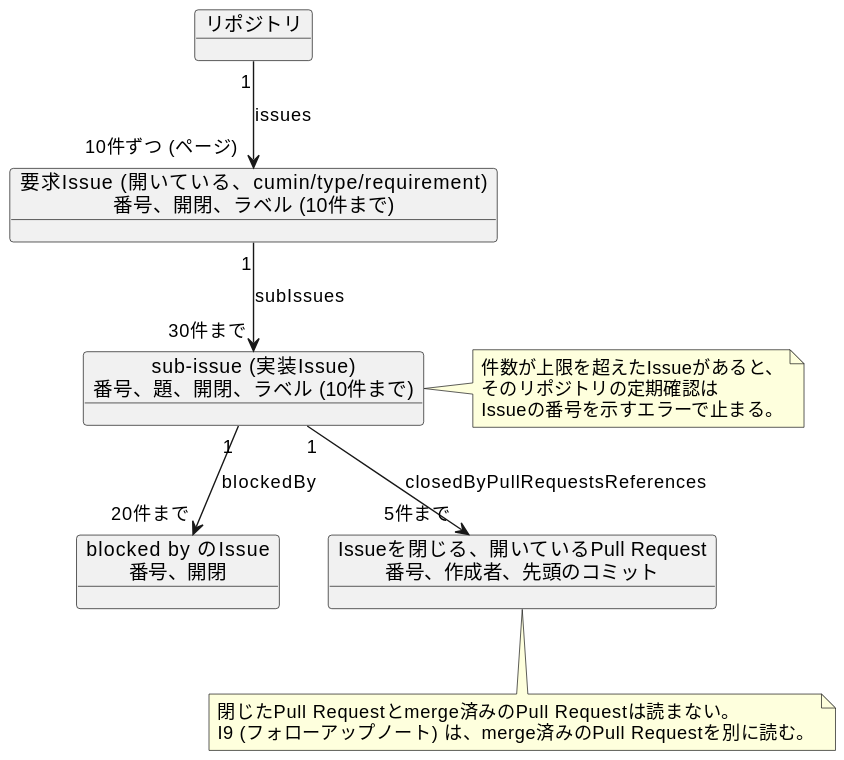
Earlier version of the PlantUML export docs/ja/designs/poll-snapshot.svg (cloveclovedev/cumin-works).
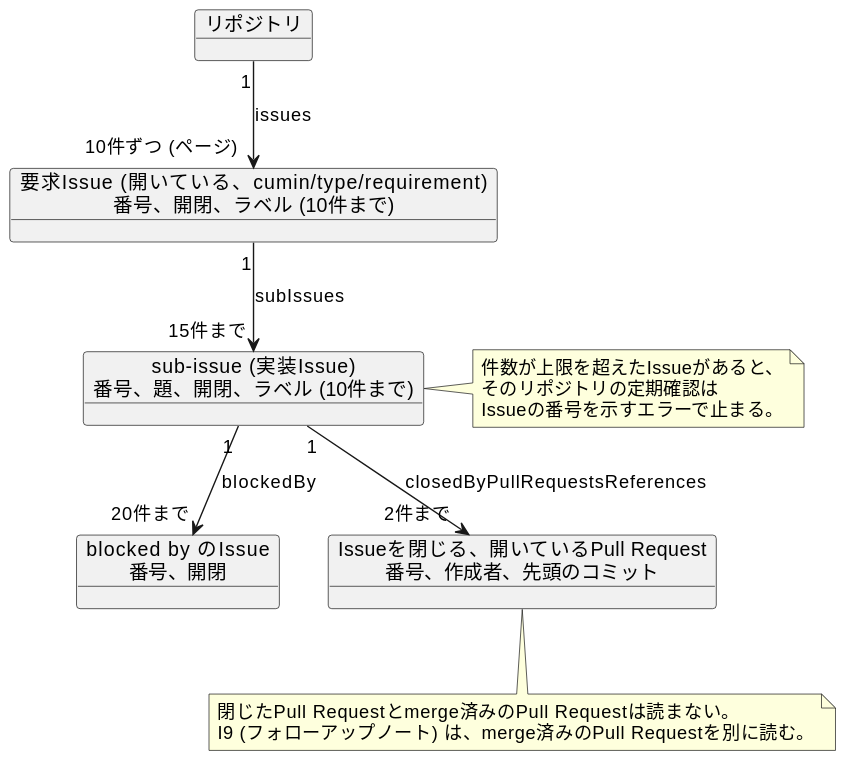
The same diagram one commit later.

Diff of the diagram source:
```diff
@@ -9,9 +9,9 @@
 object "Issueを閉じる、開いているPull Request\n番号、作成者、先頭のコミット" as pr
 
 repo "1" --> "10件ずつ (ページ)" req : issues
-req "1" --> "30件まで" sub : subIssues
+req "1" --> "15件まで" sub : subIssues
 sub "1" --> "20件まで" blocker : blockedBy
-sub "1" --> "5件まで" pr : closedByPullRequestsReferences
+sub "1" --> "2件まで" pr : closedByPullRequestsReferences
 
 note bottom of pr
   閉じたPull Requestとmerge済みのPull Requestは読まない。
```
